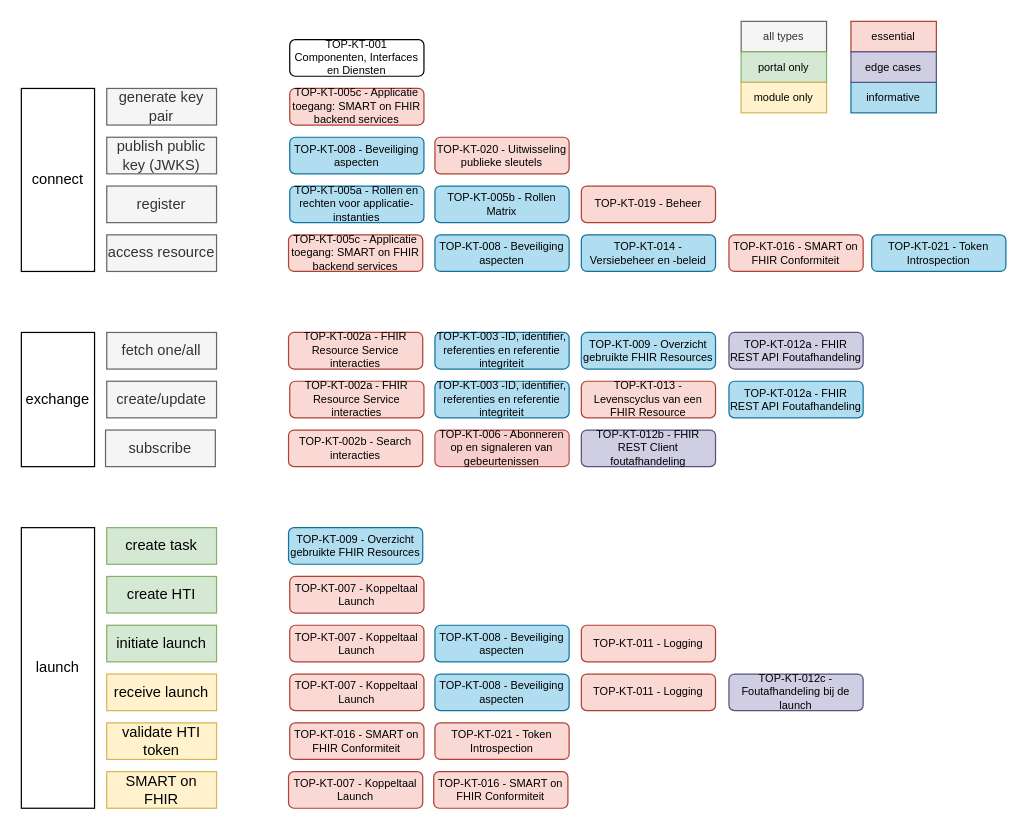
Above: topics/Untitled Diagram.drawio in Koppeltaal/Koppeltaal-2.0-Specificaties-en-Architectuur (draw.io), before the change. Source tidied: cells renumbered, new cells numbered last; positions are measured from the earlier drawing's top-left corner, leaving out a move shared by most shapes. Both pictures are drawn from the tidied source at 122%, with x=0, y=0 at pixel (21, 21).
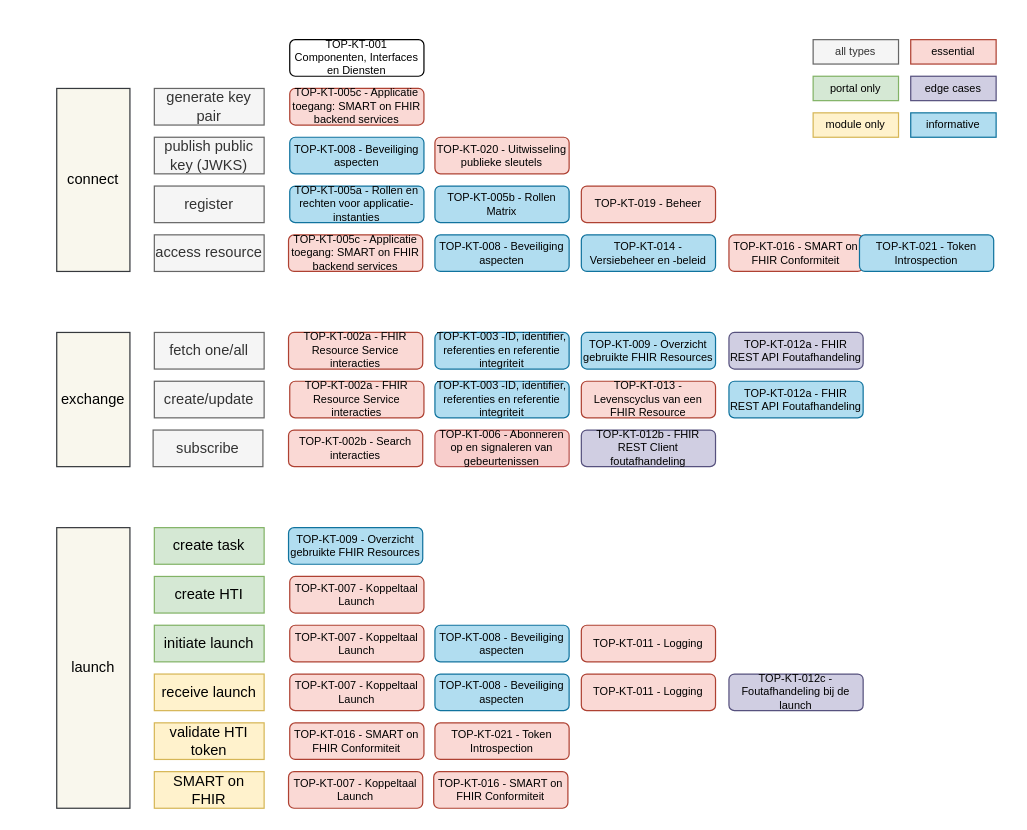
Above is the later version.

The edit, as a diff of the source:
```diff
@@
-    <mxCell id="2" value="connect" style="rounded=0;whiteSpace=wrap;html=1;" parent="1" vertex="1">
-      <mxGeometry y="55" width="60" height="150" as="geometry" />
+    <mxCell id="2" value="connect" style="rounded=0;whiteSpace=wrap;html=1;fillColor=#f9f7ed;strokeColor=#36393d;" parent="1" vertex="1">
+      <mxGeometry x="29" y="55" width="60" height="150" as="geometry" />
     </mxCell>
-    <mxCell id="3" value="exchange" style="rounded=0;whiteSpace=wrap;html=1;" parent="1" vertex="1">
-      <mxGeometry y="255" width="60" height="110" as="geometry" />
+    <mxCell id="3" value="exchange" style="rounded=0;whiteSpace=wrap;html=1;fillColor=#f9f7ed;strokeColor=#36393d;" parent="1" vertex="1">
+      <mxGeometry x="29" y="255" width="60" height="110" as="geometry" />
     </mxCell>
-    <mxCell id="4" value="launch" style="rounded=0;whiteSpace=wrap;html=1;" parent="1" vertex="1">
-      <mxGeometry y="415" width="60" height="230" as="geometry" />
+    <mxCell id="4" value="launch" style="rounded=0;whiteSpace=wrap;html=1;fillColor=#f9f7ed;strokeColor=#36393d;" parent="1" vertex="1">
+      <mxGeometry x="29" y="415" width="60" height="230" as="geometry" />
     </mxCell>
     <mxCell id="5" value="generate key pair" style="rounded=0;whiteSpace=wrap;html=1;fillColor=#f5f5f5;strokeColor=#666666;fontColor=#333333;" parent="1" vertex="1">
-      <mxGeometry x="70" y="55" width="90" height="30" as="geometry" />
+      <mxGeometry x="109" y="55" width="90" height="30" as="geometry" />
     </mxCell>
     <mxCell id="6" value="publish public key (JWKS)" style="rounded=0;whiteSpace=wrap;html=1;fillColor=#f5f5f5;strokeColor=#666666;fontColor=#333333;" parent="1" vertex="1">
-      <mxGeometry x="70" y="95" width="90" height="30" as="geometry" />
+      <mxGeometry x="109" y="95" width="90" height="30" as="geometry" />
     </mxCell>
     <mxCell id="7" value="register" style="rounded=0;whiteSpace=wrap;html=1;fillColor=#f5f5f5;strokeColor=#666666;fontColor=#333333;" parent="1" vertex="1">
-      <mxGeometry x="70" y="135" width="90" height="30" as="geometry" />
+      <mxGeometry x="109" y="135" width="90" height="30" as="geometry" />
     </mxCell>
     <mxCell id="8" value="access resource" style="rounded=0;whiteSpace=wrap;html=1;fillColor=#f5f5f5;strokeColor=#666666;fontColor=#333333;" parent="1" vertex="1">
-      <mxGeometry x="70" y="175" width="90" height="30" as="geometry" />
+      <mxGeometry x="109" y="175" width="90" height="30" as="geometry" />
     </mxCell>
     <mxCell id="9" value="fetch one/all" style="rounded=0;whiteSpace=wrap;html=1;fillColor=#f5f5f5;strokeColor=#666666;fontColor=#333333;" parent="1" vertex="1">
-      <mxGeometry x="70" y="255" width="90" height="30" as="geometry" />
+      <mxGeometry x="109" y="255" width="90" height="30" as="geometry" />
     </mxCell>
     <mxCell id="10" value="create/update" style="rounded=0;whiteSpace=wrap;html=1;fillColor=#f5f5f5;strokeColor=#666666;fontColor=#333333;" parent="1" vertex="1">
-      <mxGeometry x="70" y="295" width="90" height="30" as="geometry" />
+      <mxGeometry x="109" y="295" width="90" height="30" as="geometry" />
     </mxCell>
     <mxCell id="11" value="subscribe" style="rounded=0;whiteSpace=wrap;html=1;fillColor=#f5f5f5;strokeColor=#666666;fontColor=#333333;" parent="1" vertex="1">
-      <mxGeometry x="69" y="335" width="90" height="30" as="geometry" />
+      <mxGeometry x="108" y="335" width="90" height="30" as="geometry" />
     </mxCell>
     <mxCell id="12" value="create task" style="rounded=0;whiteSpace=wrap;html=1;fillColor=#d5e8d4;strokeColor=#82b366;" parent="1" vertex="1">
-      <mxGeometry x="70" y="415" width="90" height="30" as="geometry" />
+      <mxGeometry x="109" y="415" width="90" height="30" as="geometry" />
     </mxCell>
     <mxCell id="13" value="create HTI" style="rounded=0;whiteSpace=wrap;html=1;fillColor=#d5e8d4;strokeColor=#82b366;" parent="1" vertex="1">
-      <mxGeometry x="70" y="455" width="90" height="30" as="geometry" />
+      <mxGeometry x="109" y="455" width="90" height="30" as="geometry" />
     </mxCell>
     <mxCell id="14" value="initiate launch" style="rounded=0;whiteSpace=wrap;html=1;fillColor=#d5e8d4;strokeColor=#82b366;" parent="1" vertex="1">
-      <mxGeometry x="70" y="495" width="90" height="30" as="geometry" />
+      <mxGeometry x="109" y="495" width="90" height="30" as="geometry" />
     </mxCell>
     <mxCell id="15" value="receive launch" style="rounded=0;whiteSpace=wrap;html=1;fillColor=#fff2cc;strokeColor=#d6b656;" parent="1" vertex="1">
-      <mxGeometry x="70" y="535" width="90" height="30" as="geometry" />
+      <mxGeometry x="109" y="535" width="90" height="30" as="geometry" />
     </mxCell>
     <mxCell id="16" value="validate HTI token" style="rounded=0;whiteSpace=wrap;html=1;fillColor=#fff2cc;strokeColor=#d6b656;" parent="1" vertex="1">
-      <mxGeometry x="70" y="575" width="90" height="30" as="geometry" />
+      <mxGeometry x="109" y="575" width="90" height="30" as="geometry" />
     </mxCell>
     <mxCell id="17" value="SMART on FHIR" style="rounded=0;whiteSpace=wrap;html=1;fillColor=#fff2cc;strokeColor=#d6b656;" parent="1" vertex="1">
-      <mxGeometry x="70" y="615" width="90" height="30" as="geometry" />
+      <mxGeometry x="109" y="615" width="90" height="30" as="geometry" />
     </mxCell>
@@
     <mxCell id="44" value="informative" style="rounded=0;whiteSpace=wrap;html=1;fontSize=9;fillColor=#b1ddf0;strokeColor=#10739e;" parent="1" vertex="1">
-      <mxGeometry x="680" y="50" width="70" height="25" as="geometry" />
+      <mxGeometry x="729" y="75" width="70" height="20" as="geometry" />
     </mxCell>
     <mxCell id="45" value="essential" style="rounded=0;whiteSpace=wrap;html=1;fontSize=9;fillColor=#fad9d5;strokeColor=#ae4132;" parent="1" vertex="1">
-      <mxGeometry x="680" width="70" height="25" as="geometry" />
+      <mxGeometry x="729" y="15" width="70" height="20" as="geometry" />
     </mxCell>
     <mxCell id="46" value="all types" style="rounded=0;whiteSpace=wrap;html=1;fontSize=9;fillColor=#f5f5f5;strokeColor=#666666;fontColor=#333333;" parent="1" vertex="1">
-      <mxGeometry x="590" width="70" height="25" as="geometry" />
+      <mxGeometry x="649" y="15" width="70" height="20" as="geometry" />
     </mxCell>
     <mxCell id="47" value="portal only" style="rounded=0;whiteSpace=wrap;html=1;fontSize=9;fillColor=#d5e8d4;strokeColor=#82b366;" parent="1" vertex="1">
-      <mxGeometry x="590" y="25" width="70" height="25" as="geometry" />
+      <mxGeometry x="649" y="45" width="70" height="20" as="geometry" />
     </mxCell>
     <mxCell id="48" value="module only" style="rounded=0;whiteSpace=wrap;html=1;fontSize=9;fillColor=#fff2cc;strokeColor=#d6b656;" parent="1" vertex="1">
-      <mxGeometry x="590" y="50" width="70" height="25" as="geometry" />
+      <mxGeometry x="649" y="75" width="70" height="20" as="geometry" />
     </mxCell>
@@
     <mxCell id="50" value="edge cases" style="rounded=0;whiteSpace=wrap;html=1;fontSize=9;fillColor=#d0cee2;strokeColor=#56517e;" parent="1" vertex="1">
-      <mxGeometry x="680" y="25" width="70" height="25" as="geometry" />
+      <mxGeometry x="729" y="45" width="70" height="20" as="geometry" />
     </mxCell>
@@
     <mxCell id="59" value="TOP-KT-021 - Token Introspection" style="rounded=1;whiteSpace=wrap;html=1;fontSize=9;fillColor=#b1ddf0;strokeColor=#10739e;" parent="1" vertex="1">
-      <mxGeometry x="697" y="175" width="110" height="30" as="geometry" />
+      <mxGeometry x="687" y="175" width="110" height="30" as="geometry" />
     </mxCell>
```
